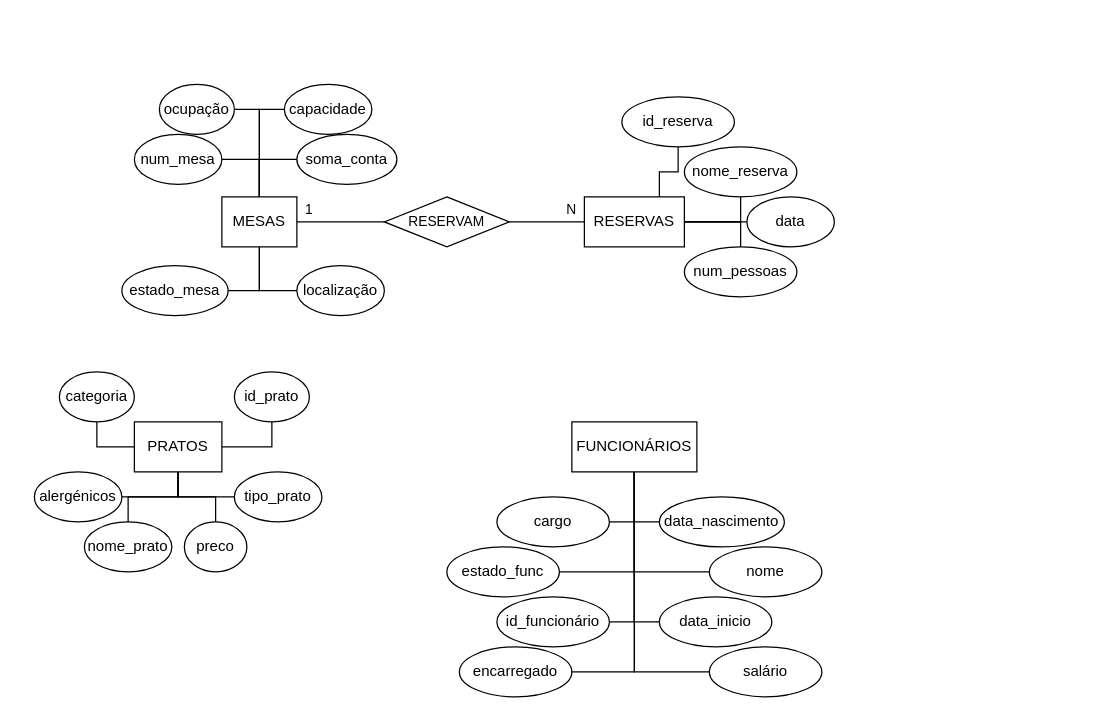
dretez/BD_Restaurante_2024 keeps this draw.io diagram as Modelo_Conceptual_ER.drawio. Above is the earlier version. Source tidied: cells renumbered, new cells numbered last; positions are measured from the earlier drawing's top-left corner, leaving out a move shared by most shapes. Both pictures are drawn from the tidied source at 125%, with x=0, y=0 at pixel (34, 84).
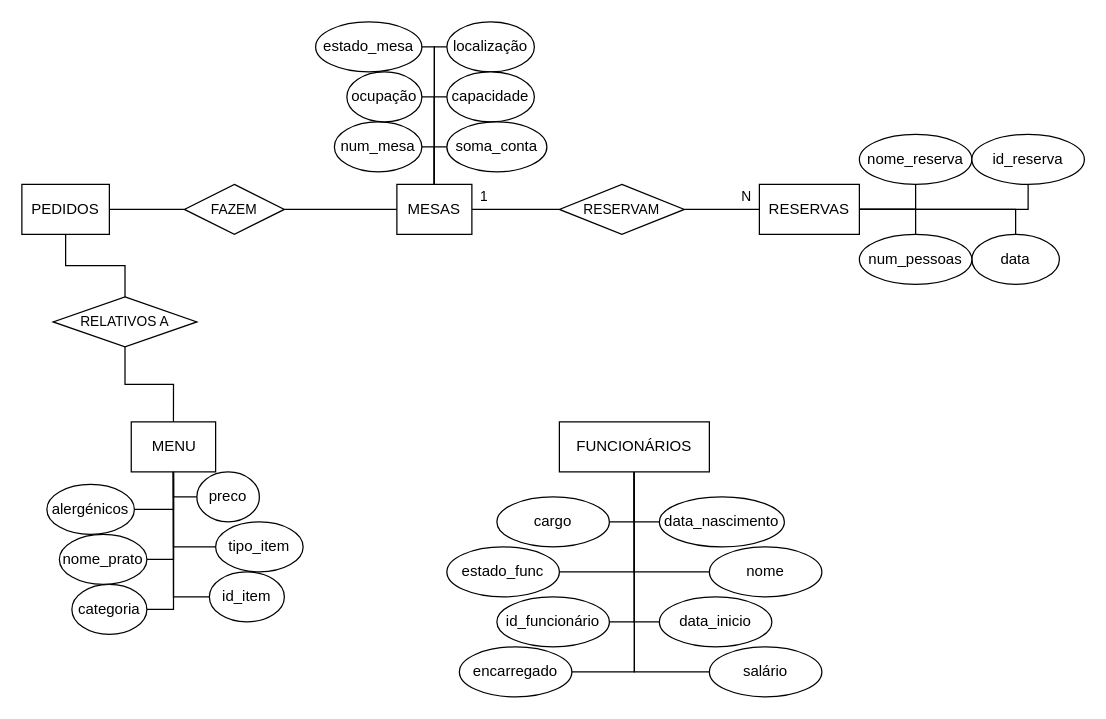
The same diagram, later.

Commit message:
Ligeiras alterações

Pequena reorganização
Adicionado elemento "Pedidos"

The edit, as a diff of the source:
```diff
@@
-    <mxCell id="2" style="edgeStyle=orthogonalEdgeStyle;rounded=0;jettySize=auto;html=1;exitX=0.5;exitY=1;exitDx=0;exitDy=0;entryX=0.5;entryY=0;entryDx=0;entryDy=0;endArrow=none;endFill=0;" parent="1" edge="1" source="8" target="34">
-      <mxGeometry relative="1" as="geometry" />
-    </mxCell>
@@
+    <mxCell id="5" style="edgeStyle=orthogonalEdgeStyle;rounded=0;jettySize=auto;html=1;exitX=0.5;exitY=1;exitDx=0;exitDy=0;entryX=1;entryY=0.5;entryDx=0;entryDy=0;endArrow=none;endFill=0;" parent="1" edge="1" source="8" target="35">
+      <mxGeometry relative="1" as="geometry" />
+    </mxCell>
-    <mxCell id="4" style="edgeStyle=orthogonalEdgeStyle;rounded=0;jettySize=auto;html=1;exitX=0.5;exitY=1;exitDx=0;exitDy=0;entryX=0.5;entryY=0;entryDx=0;entryDy=0;endArrow=none;endFill=0;" parent="1" edge="1" source="8" target="33">
+    <mxCell id="4" style="edgeStyle=orthogonalEdgeStyle;shape=connector;rounded=0;jettySize=auto;html=1;exitX=0.5;exitY=1;exitDx=0;exitDy=0;entryX=1;entryY=0.5;entryDx=0;entryDy=0;strokeColor=default;align=center;verticalAlign=middle;fontFamily=Helvetica;fontSize=11;fontColor=default;labelBackgroundColor=default;endArrow=none;endFill=0;" parent="1" edge="1" source="8" target="33">
       <mxGeometry relative="1" as="geometry" />
     </mxCell>
-    <mxCell id="5" style="edgeStyle=orthogonalEdgeStyle;rounded=0;jettySize=auto;html=1;exitX=0.5;exitY=1;exitDx=0;exitDy=0;entryX=1;entryY=0.5;entryDx=0;entryDy=0;endArrow=none;endFill=0;" parent="1" edge="1" source="8" target="35">
-      <mxGeometry relative="1" as="geometry" />
-    </mxCell>
-    <mxCell id="6" style="edgeStyle=orthogonalEdgeStyle;rounded=0;jettySize=auto;html=1;exitX=0;exitY=0.5;exitDx=0;exitDy=0;entryX=0.5;entryY=1;entryDx=0;entryDy=0;endArrow=none;endFill=0;" parent="1" edge="1" source="8" target="31">
-      <mxGeometry relative="1" as="geometry" />
-    </mxCell>
-    <mxCell id="7" style="edgeStyle=orthogonalEdgeStyle;rounded=0;jettySize=auto;html=1;exitX=1;exitY=0.5;exitDx=0;exitDy=0;entryX=0.5;entryY=1;entryDx=0;entryDy=0;endArrow=none;endFill=0;" parent="1" edge="1" source="8" target="36">
+    <mxCell id="7" style="edgeStyle=orthogonalEdgeStyle;shape=connector;rounded=0;jettySize=auto;html=1;exitX=0.5;exitY=1;exitDx=0;exitDy=0;entryX=0;entryY=0.5;entryDx=0;entryDy=0;strokeColor=default;align=center;verticalAlign=middle;fontFamily=Helvetica;fontSize=11;fontColor=default;labelBackgroundColor=default;endArrow=none;endFill=0;" parent="1" edge="1" source="8" target="36">
       <mxGeometry relative="1" as="geometry" />
     </mxCell>
-    <mxCell id="8" value="PRATOS" style="rounded=0;whiteSpace=wrap;html=1;" parent="1" vertex="1">
-      <mxGeometry x="80" y="270" width="70" height="40" as="geometry" />
+    <mxCell id="8" value="MENU" style="rounded=0;whiteSpace=wrap;html=1;" parent="1" vertex="1">
+      <mxGeometry x="77.5" y="270" width="67.5" height="40" as="geometry" />
     </mxCell>
     <mxCell id="9" style="edgeStyle=orthogonalEdgeStyle;rounded=0;jettySize=auto;html=1;exitX=0.5;exitY=0;exitDx=0;exitDy=0;entryX=1;entryY=0.5;entryDx=0;entryDy=0;endArrow=none;endFill=0;" parent="1" edge="1" source="15" target="37">
-      <mxGeometry relative="1" as="geometry" />
+      <mxGeometry relative="1" as="geometry">
+        <Array as="points">
+          <mxPoint x="320" y="50" />
+        </Array>
+      </mxGeometry>
     </mxCell>
     <mxCell id="10" style="edgeStyle=orthogonalEdgeStyle;rounded=0;jettySize=auto;html=1;exitX=0.5;exitY=0;exitDx=0;exitDy=0;entryX=1;entryY=0.5;entryDx=0;entryDy=0;endArrow=none;endFill=0;" parent="1" edge="1" source="15" target="41">
-      <mxGeometry relative="1" as="geometry" />
+      <mxGeometry relative="1" as="geometry">
+        <Array as="points">
+          <mxPoint x="320" y="10" />
+        </Array>
+      </mxGeometry>
     </mxCell>
     <mxCell id="11" style="edgeStyle=orthogonalEdgeStyle;rounded=0;jettySize=auto;html=1;exitX=0.5;exitY=0;exitDx=0;exitDy=0;entryX=0;entryY=0.5;entryDx=0;entryDy=0;endArrow=none;endFill=0;" parent="1" edge="1" source="15" target="39">
-      <mxGeometry relative="1" as="geometry" />
+      <mxGeometry relative="1" as="geometry">
+        <Array as="points">
+          <mxPoint x="320" y="10" />
+        </Array>
+      </mxGeometry>
     </mxCell>
     <mxCell id="12" style="edgeStyle=orthogonalEdgeStyle;rounded=0;jettySize=auto;html=1;exitX=0.5;exitY=0;exitDx=0;exitDy=0;entryX=0;entryY=0.5;entryDx=0;entryDy=0;endArrow=none;endFill=0;" parent="1" edge="1" source="15" target="42">
-      <mxGeometry relative="1" as="geometry" />
+      <mxGeometry relative="1" as="geometry">
+        <Array as="points">
+          <mxPoint x="320" y="50" />
+        </Array>
+      </mxGeometry>
     </mxCell>
-    <mxCell id="13" style="edgeStyle=orthogonalEdgeStyle;rounded=0;jettySize=auto;html=1;exitX=0.5;exitY=1;exitDx=0;exitDy=0;entryX=1;entryY=0.5;entryDx=0;entryDy=0;endArrow=none;endFill=0;" parent="1" edge="1" source="15" target="40">
-      <mxGeometry relative="1" as="geometry" />
+    <mxCell id="13" style="edgeStyle=orthogonalEdgeStyle;rounded=0;jettySize=auto;html=1;exitX=0.5;exitY=0;exitDx=0;exitDy=0;entryX=1;entryY=0.5;entryDx=0;entryDy=0;endArrow=none;endFill=0;" parent="1" edge="1" source="15" target="40">
+      <mxGeometry relative="1" as="geometry">
+        <Array as="points">
+          <mxPoint x="320" y="-30" />
+        </Array>
+      </mxGeometry>
     </mxCell>
-    <mxCell id="14" style="edgeStyle=orthogonalEdgeStyle;rounded=0;jettySize=auto;html=1;exitX=0.5;exitY=1;exitDx=0;exitDy=0;entryX=0;entryY=0.5;entryDx=0;entryDy=0;endArrow=none;endFill=0;" parent="1" edge="1" source="15" target="38">
-      <mxGeometry relative="1" as="geometry" />
+    <mxCell id="14" style="edgeStyle=orthogonalEdgeStyle;rounded=0;jettySize=auto;html=1;exitX=0.5;exitY=0;exitDx=0;exitDy=0;entryX=0;entryY=0.5;entryDx=0;entryDy=0;endArrow=none;endFill=0;" parent="1" edge="1" source="15" target="38">
+      <mxGeometry relative="1" as="geometry">
+        <Array as="points">
+          <mxPoint x="320" y="-30" />
+        </Array>
+      </mxGeometry>
     </mxCell>
+    <mxCell id="59" style="edgeStyle=orthogonalEdgeStyle;shape=connector;rounded=0;jettySize=auto;html=1;exitX=0;exitY=0.5;exitDx=0;exitDy=0;entryX=1;entryY=0.5;entryDx=0;entryDy=0;strokeColor=default;align=center;verticalAlign=middle;fontFamily=Helvetica;fontSize=11;fontColor=default;labelBackgroundColor=default;endArrow=none;endFill=0;" parent="1" edge="1" source="15" target="63">
+      <mxGeometry relative="1" as="geometry" />
+    </mxCell>
     <mxCell id="15" value="MESAS" style="rounded=0;whiteSpace=wrap;html=1;" parent="1" vertex="1">
-      <mxGeometry x="150" y="90" width="60" height="40" as="geometry" />
+      <mxGeometry x="290" y="80" width="60" height="40" as="geometry" />
     </mxCell>
@@
-    <mxCell id="17" style="edgeStyle=orthogonalEdgeStyle;shape=connector;rounded=0;jettySize=auto;html=1;exitX=1;exitY=0.5;exitDx=0;exitDy=0;entryX=0;entryY=0.5;entryDx=0;entryDy=0;strokeColor=default;align=center;verticalAlign=middle;fontFamily=Helvetica;fontSize=11;fontColor=default;labelBackgroundColor=default;endArrow=none;endFill=0;" parent="1" edge="1" source="21" target="48">
+    <mxCell id="17" style="edgeStyle=orthogonalEdgeStyle;shape=connector;rounded=0;jettySize=auto;html=1;exitX=1;exitY=0.5;exitDx=0;exitDy=0;entryX=0.5;entryY=0;entryDx=0;entryDy=0;strokeColor=default;align=center;verticalAlign=middle;fontFamily=Helvetica;fontSize=11;fontColor=default;labelBackgroundColor=default;endArrow=none;endFill=0;" parent="1" edge="1" source="21" target="48">
       <mxGeometry relative="1" as="geometry" />
     </mxCell>
@@
-    <mxCell id="20" style="edgeStyle=orthogonalEdgeStyle;shape=connector;rounded=0;jettySize=auto;html=1;exitX=0.75;exitY=0;exitDx=0;exitDy=0;entryX=0.5;entryY=1;entryDx=0;entryDy=0;strokeColor=default;align=center;verticalAlign=middle;fontFamily=Helvetica;fontSize=11;fontColor=default;labelBackgroundColor=default;endArrow=none;endFill=0;" parent="1" edge="1" source="21" target="50">
+    <mxCell id="20" style="edgeStyle=orthogonalEdgeStyle;shape=connector;rounded=0;jettySize=auto;html=1;exitX=1;exitY=0.5;exitDx=0;exitDy=0;entryX=0.5;entryY=1;entryDx=0;entryDy=0;strokeColor=default;align=center;verticalAlign=middle;fontFamily=Helvetica;fontSize=11;fontColor=default;labelBackgroundColor=default;endArrow=none;endFill=0;" parent="1" edge="1" source="21" target="50">
       <mxGeometry relative="1" as="geometry" />
     </mxCell>
     <mxCell id="21" value="RESERVAS" style="rounded=0;whiteSpace=wrap;html=1;" parent="1" vertex="1">
-      <mxGeometry x="440" y="90" width="80" height="40" as="geometry" />
+      <mxGeometry x="580" y="80" width="80" height="40" as="geometry" />
     </mxCell>
@@
     <mxCell id="30" value="FUNCIONÁRIOS" style="rounded=0;whiteSpace=wrap;html=1;" parent="1" vertex="1">
-      <mxGeometry x="430" y="270" width="100" height="40" as="geometry" />
+      <mxGeometry x="420" y="270" width="120" height="40" as="geometry" />
     </mxCell>
+    <mxCell id="60" style="edgeStyle=orthogonalEdgeStyle;shape=connector;rounded=0;jettySize=auto;html=1;exitX=1;exitY=0.5;exitDx=0;exitDy=0;entryX=0.5;entryY=1;entryDx=0;entryDy=0;strokeColor=default;align=center;verticalAlign=middle;fontFamily=Helvetica;fontSize=11;fontColor=default;labelBackgroundColor=default;endArrow=none;endFill=0;" parent="1" edge="1" source="31" target="8">
+      <mxGeometry relative="1" as="geometry" />
+    </mxCell>
     <mxCell id="31" value="categoria" style="ellipse;whiteSpace=wrap;html=1;" parent="1" vertex="1">
-      <mxGeometry x="20" y="230" width="60" height="40" as="geometry" />
+      <mxGeometry x="30" y="400" width="60" height="40" as="geometry" />
     </mxCell>
-    <mxCell id="32" value="tipo_prato" style="ellipse;whiteSpace=wrap;html=1;" parent="1" vertex="1">
-      <mxGeometry x="160" y="310" width="70" height="40" as="geometry" />
+    <mxCell id="32" value="tipo_item" style="ellipse;whiteSpace=wrap;html=1;" parent="1" vertex="1">
+      <mxGeometry x="145" y="350" width="70" height="40" as="geometry" />
     </mxCell>
     <mxCell id="33" value="nome_prato" style="ellipse;whiteSpace=wrap;html=1;" parent="1" vertex="1">
-      <mxGeometry x="40" y="350" width="70" height="40" as="geometry" />
+      <mxGeometry x="20" y="360" width="70" height="40" as="geometry" />
     </mxCell>
+    <mxCell id="61" style="edgeStyle=orthogonalEdgeStyle;rounded=0;jettySize=auto;html=1;exitX=0;exitY=0.5;exitDx=0;exitDy=0;endArrow=none;endFill=0;entryX=0.5;entryY=1;entryDx=0;entryDy=0;" parent="1" edge="1" source="34" target="8">
+      <mxGeometry relative="1" as="geometry" />
+    </mxCell>
     <mxCell id="34" value="preco" style="ellipse;whiteSpace=wrap;html=1;" parent="1" vertex="1">
-      <mxGeometry x="120" y="350" width="50" height="40" as="geometry" />
+      <mxGeometry x="130" y="310" width="50" height="40" as="geometry" />
     </mxCell>
     <mxCell id="35" value="alergénicos" style="ellipse;whiteSpace=wrap;html=1;" parent="1" vertex="1">
-      <mxGeometry y="310" width="70" height="40" as="geometry" />
+      <mxGeometry x="10" y="320" width="70" height="40" as="geometry" />
     </mxCell>
-    <mxCell id="36" value="id_prato" style="ellipse;whiteSpace=wrap;html=1;" parent="1" vertex="1">
-      <mxGeometry x="160" y="230" width="60" height="40" as="geometry" />
+    <mxCell id="36" value="id_item" style="ellipse;whiteSpace=wrap;html=1;" parent="1" vertex="1">
+      <mxGeometry x="140" y="390" width="60" height="40" as="geometry" />
     </mxCell>
     <mxCell id="37" value="num_mesa" style="ellipse;whiteSpace=wrap;html=1;" parent="1" vertex="1">
-      <mxGeometry x="80" y="40" width="70" height="40" as="geometry" />
+      <mxGeometry x="240" y="30" width="70" height="40" as="geometry" />
     </mxCell>
     <mxCell id="38" value="localização" style="ellipse;whiteSpace=wrap;html=1;" parent="1" vertex="1">
-      <mxGeometry x="210" y="145" width="70" height="40" as="geometry" />
+      <mxGeometry x="330" y="-50" width="70" height="40" as="geometry" />
     </mxCell>
     <mxCell id="39" value="capacidade" style="ellipse;whiteSpace=wrap;html=1;" parent="1" vertex="1">
-      <mxGeometry x="200" width="70" height="40" as="geometry" />
+      <mxGeometry x="330" y="-10" width="70" height="40" as="geometry" />
     </mxCell>
     <mxCell id="40" value="estado_mesa" style="ellipse;whiteSpace=wrap;html=1;" parent="1" vertex="1">
-      <mxGeometry x="70" y="145" width="85" height="40" as="geometry" />
+      <mxGeometry x="225" y="-50" width="85" height="40" as="geometry" />
     </mxCell>
     <mxCell id="41" value="ocupação" style="ellipse;whiteSpace=wrap;html=1;" parent="1" vertex="1">
-      <mxGeometry x="100" width="60" height="40" as="geometry" />
+      <mxGeometry x="250" y="-10" width="60" height="40" as="geometry" />
     </mxCell>
     <mxCell id="42" value="soma_conta" style="ellipse;whiteSpace=wrap;html=1;" parent="1" vertex="1">
-      <mxGeometry x="210" y="40" width="80" height="40" as="geometry" />
+      <mxGeometry x="330" y="30" width="80" height="40" as="geometry" />
     </mxCell>
@@
     <mxCell id="44" value="RESERVAM" style="rhombus;whiteSpace=wrap;html=1;fontFamily=Helvetica;fontSize=11;fontColor=default;labelBackgroundColor=default;" parent="1" vertex="1">
-      <mxGeometry x="280" y="90" width="100" height="40" as="geometry" />
+      <mxGeometry x="420" y="80" width="100" height="40" as="geometry" />
     </mxCell>
     <mxCell id="45" value="1" style="text;html=1;align=center;verticalAlign=middle;whiteSpace=wrap;rounded=0;fontFamily=Helvetica;fontSize=11;fontColor=default;labelBackgroundColor=default;" parent="1" vertex="1">
-      <mxGeometry x="210" y="90" width="20" height="20" as="geometry" />
+      <mxGeometry x="350" y="80" width="20" height="20" as="geometry" />
     </mxCell>
     <mxCell id="46" value="N" style="text;html=1;align=center;verticalAlign=middle;whiteSpace=wrap;rounded=0;fontFamily=Helvetica;fontSize=11;fontColor=default;labelBackgroundColor=default;" parent="1" vertex="1">
-      <mxGeometry x="420" y="90" width="20" height="20" as="geometry" />
+      <mxGeometry x="560" y="80" width="20" height="20" as="geometry" />
     </mxCell>
     <mxCell id="47" value="nome_reserva" style="ellipse;whiteSpace=wrap;html=1;" parent="1" vertex="1">
-      <mxGeometry x="520" y="50" width="90" height="40" as="geometry" />
+      <mxGeometry x="660" y="40" width="90" height="40" as="geometry" />
     </mxCell>
     <mxCell id="48" value="data" style="ellipse;whiteSpace=wrap;html=1;" parent="1" vertex="1">
-      <mxGeometry x="570" y="90" width="70" height="40" as="geometry" />
+      <mxGeometry x="750" y="120" width="70" height="40" as="geometry" />
     </mxCell>
     <mxCell id="49" value="num_pessoas" style="ellipse;whiteSpace=wrap;html=1;" parent="1" vertex="1">
-      <mxGeometry x="520" y="130" width="90" height="40" as="geometry" />
+      <mxGeometry x="660" y="120" width="90" height="40" as="geometry" />
     </mxCell>
     <mxCell id="50" value="id_reserva" style="ellipse;whiteSpace=wrap;html=1;" parent="1" vertex="1">
-      <mxGeometry x="470" y="10" width="90" height="40" as="geometry" />
+      <mxGeometry x="750" y="40" width="90" height="40" as="geometry" />
     </mxCell>
@@
+    <mxCell id="62" style="edgeStyle=orthogonalEdgeStyle;shape=connector;rounded=0;jettySize=auto;html=1;exitX=0;exitY=0.5;exitDx=0;exitDy=0;entryX=1;entryY=0.5;entryDx=0;entryDy=0;strokeColor=default;align=center;verticalAlign=middle;fontFamily=Helvetica;fontSize=11;fontColor=default;labelBackgroundColor=default;endArrow=none;endFill=0;" parent="1" edge="1" source="63" target="65">
+      <mxGeometry relative="1" as="geometry" />
+    </mxCell>
+    <mxCell id="63" value="FAZEM" style="rhombus;whiteSpace=wrap;html=1;fontFamily=Helvetica;fontSize=11;fontColor=default;labelBackgroundColor=default;" parent="1" vertex="1">
+      <mxGeometry x="120" y="80" width="80" height="40" as="geometry" />
+    </mxCell>
+    <mxCell id="64" style="edgeStyle=orthogonalEdgeStyle;shape=connector;rounded=0;jettySize=auto;html=1;exitX=0.5;exitY=1;exitDx=0;exitDy=0;entryX=0.5;entryY=0;entryDx=0;entryDy=0;strokeColor=default;align=center;verticalAlign=middle;fontFamily=Helvetica;fontSize=11;fontColor=default;labelBackgroundColor=default;endArrow=none;endFill=0;" parent="1" edge="1" source="65" target="67">
+      <mxGeometry relative="1" as="geometry" />
+    </mxCell>
+    <mxCell id="65" value="PEDIDOS" style="rounded=0;whiteSpace=wrap;html=1;" parent="1" vertex="1">
+      <mxGeometry x="-10" y="80" width="70" height="40" as="geometry" />
+    </mxCell>
+    <mxCell id="66" style="edgeStyle=orthogonalEdgeStyle;shape=connector;rounded=0;jettySize=auto;html=1;exitX=0.5;exitY=1;exitDx=0;exitDy=0;entryX=0.5;entryY=0;entryDx=0;entryDy=0;strokeColor=default;align=center;verticalAlign=middle;fontFamily=Helvetica;fontSize=11;fontColor=default;labelBackgroundColor=default;endArrow=none;endFill=0;" parent="1" edge="1" source="67" target="8">
+      <mxGeometry relative="1" as="geometry" />
+    </mxCell>
+    <mxCell id="67" value="RELATIVOS A" style="rhombus;whiteSpace=wrap;html=1;fontFamily=Helvetica;fontSize=11;fontColor=default;labelBackgroundColor=default;" parent="1" vertex="1">
+      <mxGeometry x="15" y="170" width="115" height="40" as="geometry" />
+    </mxCell>
```
